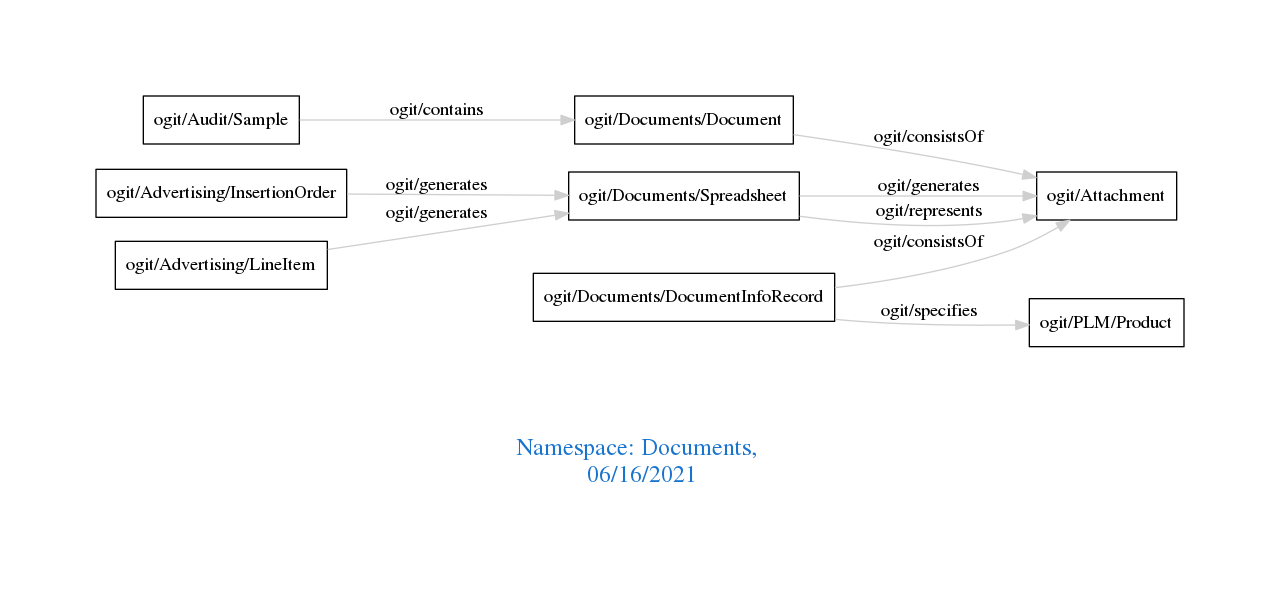
Before: downloads/Documents.png, a diagram exported from Graphviz (arago/OGIT). Its source is kept beside it as downloads/Documents.dot. The source it was exported from:
```dot
digraph OGIT_ontology {
 graph [ rankdir= LR,pad=1
fontsize = 18,
fontcolor= dodgerblue3,label = "\n\n\nNamespace: Documents, \n 06/16/2021"];
node[shape=polygon];
edge [  color="gray81"];

   "ogit/Audit/Sample" -> "ogit/Documents/Document" [label="   ogit/contains    "];
   "ogit/Advertising/InsertionOrder" -> "ogit/Documents/Spreadsheet" [label="   ogit/generates    "];
   "ogit/Advertising/LineItem" -> "ogit/Documents/Spreadsheet" [label="   ogit/generates    "];
   "ogit/Documents/Spreadsheet" -> "ogit/Attachment" [label="   ogit/generates    "];
   "ogit/Documents/DocumentInfoRecord" -> "ogit/PLM/Product" [label="   ogit/specifies    "];
   "ogit/Documents/Spreadsheet" -> "ogit/Attachment" [label="   ogit/represents    "];
   "ogit/Documents/Document" -> "ogit/Attachment" [label="   ogit/consistsOf    "];
   "ogit/Documents/DocumentInfoRecord" -> "ogit/Attachment" [label="   ogit/consistsOf    "];
}
```
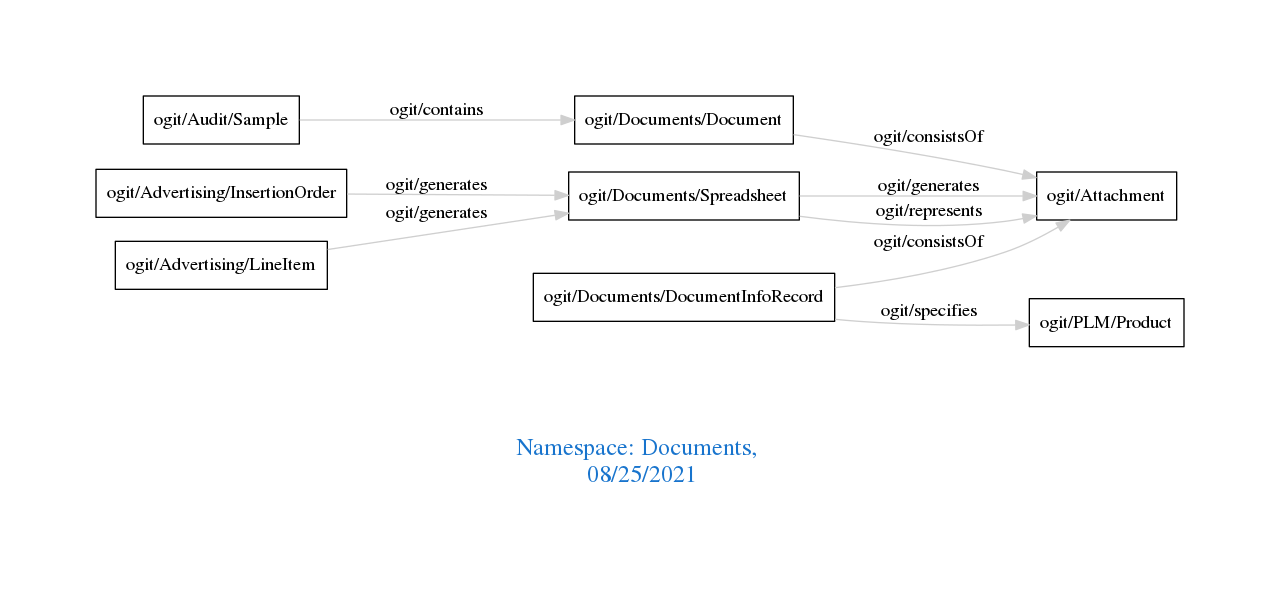
After the change.

The edit, as a diff of the source:
```diff
@@ -1,7 +1,7 @@
 digraph OGIT_ontology {
  graph [ rankdir= LR,pad=1
 fontsize = 18,
-fontcolor= dodgerblue3,label = "\n\n\nNamespace: Documents, \n 06/16/2021"];
+fontcolor= dodgerblue3,label = "\n\n\nNamespace: Documents, \n 08/25/2021"];
 node[shape=polygon];
 edge [  color="gray81"];
 
```
